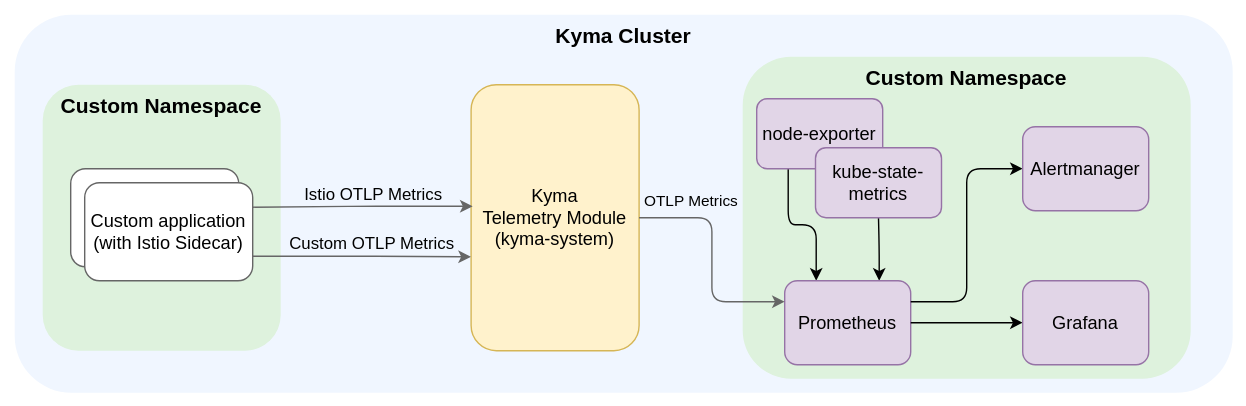
This is docs/user/integration/assets/prometheus.drawio.svg from kyma-project/telemetry-manager, a draw.io export, as it was before one commit. Source tidied: cells renumbered, new cells last; positions are measured from the earlier drawing's top-left corner, leaving out a move shared by most shapes.
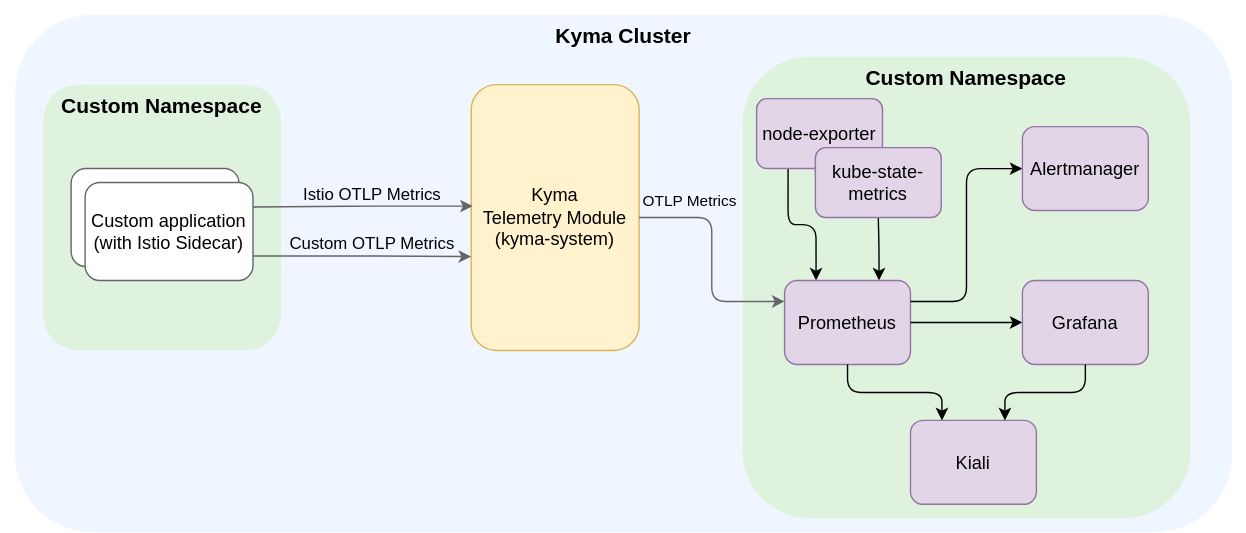
Above is the later version.

Commit message:
docs: add kiali guide

Change to the diagram source:
```diff
@@ -6,10 +6,10 @@
       <mxGeometry width="890" height="290" as="geometry" />
     </mxCell>
     <mxCell id="3" value="&lt;b&gt;&lt;font style=&quot;font-size: 15px;&quot;&gt;Kyma Cluster&lt;br&gt;&lt;/font&gt;&lt;/b&gt;" style="rounded=1;whiteSpace=wrap;html=1;fillColor=#F0F6FF;strokeColor=none;verticalAlign=top;" parent="1" vertex="1">
-      <mxGeometry x="10" y="10" width="870" height="270" as="geometry" />
+      <mxGeometry x="10" y="10" width="870" height="370" as="geometry" />
     </mxCell>
     <mxCell id="4" value="&lt;font style=&quot;&quot;&gt;&lt;b style=&quot;&quot;&gt;&lt;font style=&quot;font-size: 15px;&quot;&gt;Custom Namespace&lt;/font&gt;&lt;/b&gt;&lt;br&gt;&lt;/font&gt;" style="rounded=1;whiteSpace=wrap;html=1;fillColor=#DEF2DD;fontColor=#000000;strokeColor=none;verticalAlign=top;" parent="1" vertex="1">
-      <mxGeometry x="530" y="40" width="320" height="230" as="geometry" />
+      <mxGeometry x="530" y="40" width="320" height="330" as="geometry" />
     </mxCell>
     <mxCell id="5" value="&lt;font style=&quot;&quot;&gt;&lt;b style=&quot;&quot;&gt;&lt;font style=&quot;font-size: 15px;&quot;&gt;Custom Namespace&lt;/font&gt;&lt;/b&gt;&lt;br&gt;&lt;/font&gt;" style="rounded=1;whiteSpace=wrap;html=1;fillColor=#DEF2DD;fontColor=#000000;strokeColor=none;verticalAlign=top;" parent="1" vertex="1">
       <mxGeometry x="30" y="60" width="170" height="190" as="geometry" />
@@ -77,5 +77,14 @@
     <mxCell id="24" value="&lt;font style=&quot;&quot;&gt;&lt;font style=&quot;font-size: 13px;&quot;&gt;kube-state-metrics&lt;/font&gt;&lt;br&gt;&lt;/font&gt;" style="rounded=1;whiteSpace=wrap;html=1;fillColor=#e1d5e7;strokeColor=#9673a6;verticalAlign=middle;" parent="1" vertex="1">
       <mxGeometry x="582" y="105" width="90" height="50" as="geometry" />
     </mxCell>
+    <mxCell id="25" value="&lt;font style=&quot;&quot;&gt;&lt;font style=&quot;font-size: 13px;&quot;&gt;Kiali&lt;/font&gt;&lt;br&gt;&lt;/font&gt;" style="rounded=1;whiteSpace=wrap;html=1;fillColor=#e1d5e7;strokeColor=#9673a6;verticalAlign=middle;" parent="1" vertex="1">
+      <mxGeometry x="650" y="300" width="90" height="60" as="geometry" />
+    </mxCell>
+    <mxCell id="26" style="edgeStyle=orthogonalEdgeStyle;html=1;exitX=0.75;exitY=0;exitDx=0;exitDy=0;entryX=0.5;entryY=1;entryDx=0;entryDy=0;startArrow=classic;startFill=1;endArrow=none;endFill=0;" parent="1" edge="1" source="25" target="22">
+      <mxGeometry relative="1" as="geometry" />
+    </mxCell>
+    <mxCell id="27" style="edgeStyle=orthogonalEdgeStyle;html=1;exitX=0.25;exitY=0;exitDx=0;exitDy=0;entryX=0.5;entryY=1;entryDx=0;entryDy=0;startArrow=classic;startFill=1;endArrow=none;endFill=0;" parent="1" edge="1" source="25" target="9">
+      <mxGeometry relative="1" as="geometry" />
+    </mxCell>
   </root>
 </mxGraphModel>
```
